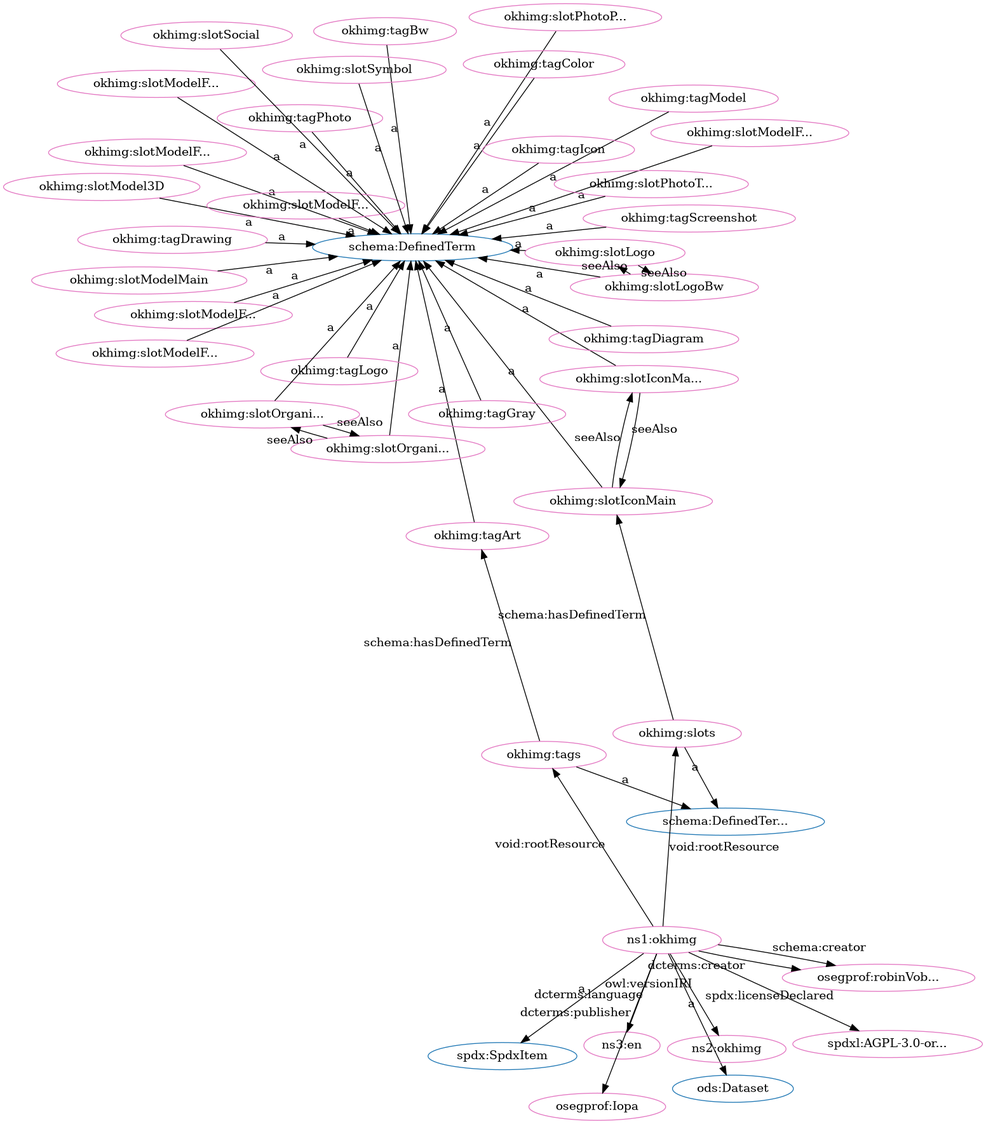
Above: src/spec/fdp_okh-img.png in iop-alliance/OpenKnowHow (Graphviz), before the change. Its source is kept beside it as src/spec/fdp_okh-img.dot.
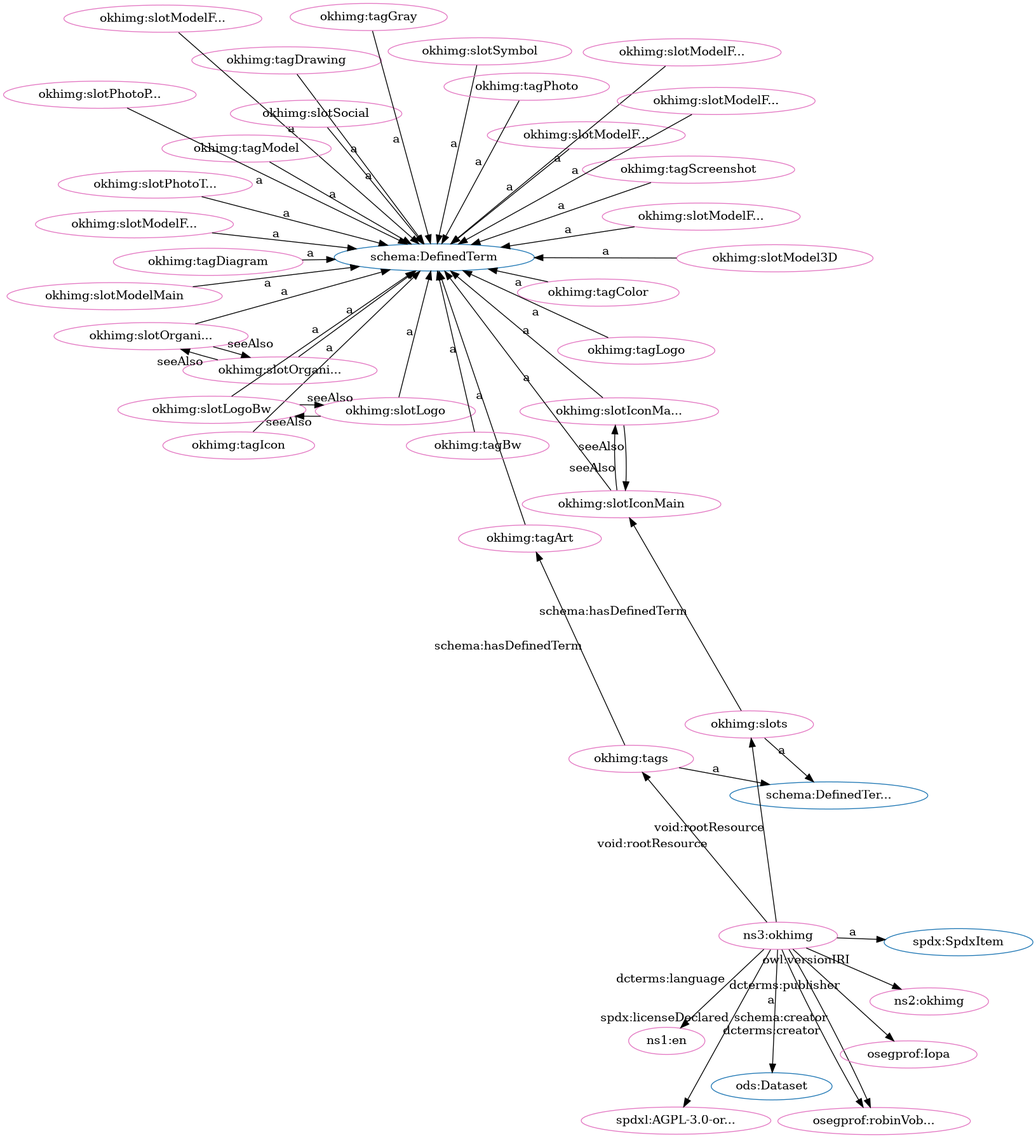
The same diagram one commit later.

Change to the diagram source:
```diff
@@ -1,94 +1,94 @@
 digraph G {
   rankdir=BT
   node[height=.3]
+"http://schema.org/DefinedTermSet" [fillcolor="#1f77b4" color="#1f77b4" label="schema:DefinedTer..."]
 "http://schema.org/DefinedTerm" [fillcolor="#1f77b4" color="#1f77b4" label="schema:DefinedTerm"]
-"http://schema.org/DefinedTermSet" [fillcolor="#1f77b4" color="#1f77b4" label="schema:DefinedTer..."]
+"http://w3id.org/oseg/ont/ods#Dataset" [fillcolor="#1f77b4" color="#1f77b4" label="ods:Dataset"]
 "http://spdx.org/rdf/terms#SpdxItem" [fillcolor="#1f77b4" color="#1f77b4" label="spdx:SpdxItem"]
-"http://w3id.org/oseg/ont/ods#Dataset" [fillcolor="#1f77b4" color="#1f77b4" label="ods:Dataset"]
+"http://w3id.org/oseg/ont/okhimg#slotSymbol" [fillcolor="#e377c2" color="#e377c2" label="okhimg:slotSymbol"]
+"http://w3id.org/oseg/ont/okhimg#slotModel3D" [fillcolor="#e377c2" color="#e377c2" label="okhimg:slotModel3D"]
+"http://w3id.org/oseg/ont/okhimg#slotModelMain" [fillcolor="#e377c2" color="#e377c2" label="okhimg:slotModelMain"]
+"http://w3id.org/oseg/ont/oseg-profiles#robinVobruba" [fillcolor="#e377c2" color="#e377c2" label="osegprof:robinVob..."]
+"http://w3id.org/oseg/ont/okhimg#tagIcon" [fillcolor="#e377c2" color="#e377c2" label="okhimg:tagIcon"]
+"http://w3id.org/oseg/ont/okhimg#slotIconMainBw" [fillcolor="#e377c2" color="#e377c2" label="okhimg:slotIconMa..."]
+"http://w3id.org/oseg/ont/okhimg#slots" [fillcolor="#e377c2" color="#e377c2" label="okhimg:slots"]
+"http://w3id.org/oseg/ont/okhimg#tagDrawing" [fillcolor="#e377c2" color="#e377c2" label="okhimg:tagDrawing"]
+"http://w3id.org/oseg/ont/okhimg#slotPhotoThingMain" [fillcolor="#e377c2" color="#e377c2" label="okhimg:slotPhotoT..."]
+"http://id.loc.gov/vocabulary/iso639-1/en" [fillcolor="#e377c2" color="#e377c2" label="ns1:en"]
+"http://w3id.org/oseg/ont/okhimg#slotOrganizationLogoBw" [fillcolor="#e377c2" color="#e377c2" label="okhimg:slotOrgani..."]
+"http://w3id.org/oseg/ont/okhimg#slotLogoBw" [fillcolor="#e377c2" color="#e377c2" label="okhimg:slotLogoBw"]
+"http://spdx.org/licenses/AGPL-3.0-or-later" [fillcolor="#e377c2" color="#e377c2" label="spdxl:AGPL-3.0-or..."]
+"http://w3id.org/oseg/ont/okhimg#slotModelFromBelow" [fillcolor="#e377c2" color="#e377c2" label="okhimg:slotModelF..."]
+"http://w3id.org/oseg/ont/okhimg#tags" [fillcolor="#e377c2" color="#e377c2" label="okhimg:tags"]
+"http://w3id.org/oseg/ont/okhimg#tagArt" [fillcolor="#e377c2" color="#e377c2" label="okhimg:tagArt"]
+"http://w3id.org/oseg/ont/okhimg#slotModelFromAbove" [fillcolor="#e377c2" color="#e377c2" label="okhimg:slotModelF..."]
+"http://w3id.org/oseg/ont/okhimg#tagColor" [fillcolor="#e377c2" color="#e377c2" label="okhimg:tagColor"]
+"http://w3id.org/oseg/ont/okhimg#tagDiagram" [fillcolor="#e377c2" color="#e377c2" label="okhimg:tagDiagram"]
+"http://w3id.org/oseg/ont/okhimg#tagScreenshot" [fillcolor="#e377c2" color="#e377c2" label="okhimg:tagScreenshot"]
 "http://w3id.org/oseg/ont/okhimg#slotModelFromLeft" [fillcolor="#e377c2" color="#e377c2" label="okhimg:slotModelF..."]
-"http://w3id.org/oseg/ont/okhimg#slotModel3D" [fillcolor="#e377c2" color="#e377c2" label="okhimg:slotModel3D"]
-"http://w3id.org/oseg/ont/okhimg#slotModelFromAbove" [fillcolor="#e377c2" color="#e377c2" label="okhimg:slotModelF..."]
-"http://w3id.org/oseg/ont/okhimg#tagArt" [fillcolor="#e377c2" color="#e377c2" label="okhimg:tagArt"]
-"http://w3id.org/oseg/ont/okhimg" [fillcolor="#e377c2" color="#e377c2" label="ns1:okhimg"]
+"http://w3id.org/oseg/ont/okhimg#tagModel" [fillcolor="#e377c2" color="#e377c2" label="okhimg:tagModel"]
 "http://w3id.org/oseg/ont/okhimg#slotOrganizationLogo" [fillcolor="#e377c2" color="#e377c2" label="okhimg:slotOrgani..."]
+"http://w3id.org/oseg/ont/okhimg#slotIconMain" [fillcolor="#e377c2" color="#e377c2" label="okhimg:slotIconMain"]
+"http://w3id.org/oseg/ont/okhimg#tagBw" [fillcolor="#e377c2" color="#e377c2" label="okhimg:tagBw"]
+"http://w3id.org/oseg/ont/okhimg#slotPhotoPackaging" [fillcolor="#e377c2" color="#e377c2" label="okhimg:slotPhotoP..."]
 "http://w3id.org/oseg/ont/0.1.0/okhimg" [fillcolor="#e377c2" color="#e377c2" label="ns2:okhimg"]
-"http://id.loc.gov/vocabulary/iso639-1/en" [fillcolor="#e377c2" color="#e377c2" label="ns3:en"]
-"http://w3id.org/oseg/ont/okhimg#slotLogoBw" [fillcolor="#e377c2" color="#e377c2" label="okhimg:slotLogoBw"]
+"http://w3id.org/oseg/ont/okhimg" [fillcolor="#e377c2" color="#e377c2" label="ns3:okhimg"]
+"http://w3id.org/oseg/ont/okhimg#tagLogo" [fillcolor="#e377c2" color="#e377c2" label="okhimg:tagLogo"]
+"http://w3id.org/oseg/ont/okhimg#slotModelFromRight" [fillcolor="#e377c2" color="#e377c2" label="okhimg:slotModelF..."]
+"http://w3id.org/oseg/ont/okhimg#slotModelFromBack" [fillcolor="#e377c2" color="#e377c2" label="okhimg:slotModelF..."]
+"http://w3id.org/oseg/ont/okhimg#tagPhoto" [fillcolor="#e377c2" color="#e377c2" label="okhimg:tagPhoto"]
+"http://w3id.org/oseg/ont/okhimg#slotSocial" [fillcolor="#e377c2" color="#e377c2" label="okhimg:slotSocial"]
+"http://w3id.org/oseg/ont/okhimg#tagGray" [fillcolor="#e377c2" color="#e377c2" label="okhimg:tagGray"]
 "http://w3id.org/oseg/ont/okhimg#slotModelFromFront" [fillcolor="#e377c2" color="#e377c2" label="okhimg:slotModelF..."]
-"http://w3id.org/oseg/ont/okhimg#tagDrawing" [fillcolor="#e377c2" color="#e377c2" label="okhimg:tagDrawing"]
-"http://spdx.org/licenses/AGPL-3.0-or-later" [fillcolor="#e377c2" color="#e377c2" label="spdxl:AGPL-3.0-or..."]
-"http://w3id.org/oseg/ont/okhimg#slots" [fillcolor="#e377c2" color="#e377c2" label="okhimg:slots"]
-"http://w3id.org/oseg/ont/okhimg#slotIconMain" [fillcolor="#e377c2" color="#e377c2" label="okhimg:slotIconMain"]
-"http://w3id.org/oseg/ont/okhimg#slotIconMainBw" [fillcolor="#e377c2" color="#e377c2" label="okhimg:slotIconMa..."]
-"http://w3id.org/oseg/ont/okhimg#slotPhotoThingMain" [fillcolor="#e377c2" color="#e377c2" label="okhimg:slotPhotoT..."]
-"http://w3id.org/oseg/ont/okhimg#tagModel" [fillcolor="#e377c2" color="#e377c2" label="okhimg:tagModel"]
-"http://w3id.org/oseg/ont/okhimg#tagPhoto" [fillcolor="#e377c2" color="#e377c2" label="okhimg:tagPhoto"]
-"http://w3id.org/oseg/ont/okhimg#slotModelFromRight" [fillcolor="#e377c2" color="#e377c2" label="okhimg:slotModelF..."]
 "http://w3id.org/oseg/ont/oseg-profiles#Iopa" [fillcolor="#e377c2" color="#e377c2" label="osegprof:Iopa"]
-"http://w3id.org/oseg/ont/okhimg#slotModelFromBelow" [fillcolor="#e377c2" color="#e377c2" label="okhimg:slotModelF..."]
-"http://w3id.org/oseg/ont/okhimg#slotModelMain" [fillcolor="#e377c2" color="#e377c2" label="okhimg:slotModelMain"]
-"http://w3id.org/oseg/ont/okhimg#slotPhotoPackaging" [fillcolor="#e377c2" color="#e377c2" label="okhimg:slotPhotoP..."]
-"http://w3id.org/oseg/ont/okhimg#tags" [fillcolor="#e377c2" color="#e377c2" label="okhimg:tags"]
-"http://w3id.org/oseg/ont/okhimg#tagLogo" [fillcolor="#e377c2" color="#e377c2" label="okhimg:tagLogo"]
-"http://w3id.org/oseg/ont/okhimg#tagScreenshot" [fillcolor="#e377c2" color="#e377c2" label="okhimg:tagScreenshot"]
-"http://w3id.org/oseg/ont/oseg-profiles#robinVobruba" [fillcolor="#e377c2" color="#e377c2" label="osegprof:robinVob..."]
-"http://w3id.org/oseg/ont/okhimg#slotModelFromBack" [fillcolor="#e377c2" color="#e377c2" label="okhimg:slotModelF..."]
-"http://w3id.org/oseg/ont/okhimg#tagBw" [fillcolor="#e377c2" color="#e377c2" label="okhimg:tagBw"]
-"http://w3id.org/oseg/ont/okhimg#tagColor" [fillcolor="#e377c2" color="#e377c2" label="okhimg:tagColor"]
 "http://w3id.org/oseg/ont/okhimg#slotLogo" [fillcolor="#e377c2" color="#e377c2" label="okhimg:slotLogo"]
-"http://w3id.org/oseg/ont/okhimg#slotSymbol" [fillcolor="#e377c2" color="#e377c2" label="okhimg:slotSymbol"]
-"http://w3id.org/oseg/ont/okhimg#tagDiagram" [fillcolor="#e377c2" color="#e377c2" label="okhimg:tagDiagram"]
-"http://w3id.org/oseg/ont/okhimg#slotSocial" [fillcolor="#e377c2" color="#e377c2" label="okhimg:slotSocial"]
-"http://w3id.org/oseg/ont/okhimg#slotOrganizationLogoBw" [fillcolor="#e377c2" color="#e377c2" label="okhimg:slotOrgani..."]
-"http://w3id.org/oseg/ont/okhimg#tagGray" [fillcolor="#e377c2" color="#e377c2" label="okhimg:tagGray"]
-"http://w3id.org/oseg/ont/okhimg#tagIcon" [fillcolor="#e377c2" color="#e377c2" label="okhimg:tagIcon"]
+  "http://w3id.org/oseg/ont/okhimg#slotSymbol" -> "http://schema.org/DefinedTerm" [label="a"]
+  "http://w3id.org/oseg/ont/okhimg#slotModel3D" -> "http://schema.org/DefinedTerm" [label="a"]
+  "http://w3id.org/oseg/ont/okhimg#slotModelMain" -> "http://schema.org/DefinedTerm" [label="a"]
+  "http://w3id.org/oseg/ont/okhimg" -> "http://w3id.org/oseg/ont/oseg-profiles#robinVobruba" [label="schema:creator"]
+  "http://w3id.org/oseg/ont/okhimg#tagIcon" -> "http://schema.org/DefinedTerm" [label="a"]
+  "http://w3id.org/oseg/ont/okhimg#slotIconMain" -> "http://w3id.org/oseg/ont/okhimg#slotIconMainBw" [label="seeAlso"]
+  "http://w3id.org/oseg/ont/okhimg#slots" -> "http://schema.org/DefinedTermSet" [label="a"]
+  "http://w3id.org/oseg/ont/okhimg#tagDrawing" -> "http://schema.org/DefinedTerm" [label="a"]
+  "http://w3id.org/oseg/ont/okhimg#slotPhotoThingMain" -> "http://schema.org/DefinedTerm" [label="a"]
+  "http://w3id.org/oseg/ont/okhimg" -> "http://id.loc.gov/vocabulary/iso639-1/en" [label="dcterms:language"]
+  "http://w3id.org/oseg/ont/okhimg#slotOrganizationLogoBw" -> "http://schema.org/DefinedTerm" [label="a"]
+  "http://w3id.org/oseg/ont/okhimg#slotLogo" -> "http://w3id.org/oseg/ont/okhimg#slotLogoBw" [label="seeAlso"]
+  "http://w3id.org/oseg/ont/okhimg" -> "http://spdx.org/licenses/AGPL-3.0-or-later" [label="spdx:licenseDeclared"]
+  "http://w3id.org/oseg/ont/okhimg#slotModelFromBelow" -> "http://schema.org/DefinedTerm" [label="a"]
+  "http://w3id.org/oseg/ont/okhimg#slotLogoBw" -> "http://schema.org/DefinedTerm" [label="a"]
+  "http://w3id.org/oseg/ont/okhimg#slotOrganizationLogo" -> "http://w3id.org/oseg/ont/okhimg#slotOrganizationLogoBw" [label="seeAlso"]
+  "http://w3id.org/oseg/ont/okhimg" -> "http://w3id.org/oseg/ont/okhimg#tags" [label="void:rootResource"]
+  "http://w3id.org/oseg/ont/okhimg#slotIconMainBw" -> "http://schema.org/DefinedTerm" [label="a"]
+  "http://w3id.org/oseg/ont/okhimg#tags" -> "http://w3id.org/oseg/ont/okhimg#tagArt" [label="schema:hasDefinedTerm"]
+  "http://w3id.org/oseg/ont/okhimg#slotModelFromAbove" -> "http://schema.org/DefinedTerm" [label="a"]
+  "http://w3id.org/oseg/ont/okhimg#tagColor" -> "http://schema.org/DefinedTerm" [label="a"]
+  "http://w3id.org/oseg/ont/okhimg" -> "http://w3id.org/oseg/ont/okhimg#slots" [label="void:rootResource"]
+  "http://w3id.org/oseg/ont/okhimg#tagDiagram" -> "http://schema.org/DefinedTerm" [label="a"]
+  "http://w3id.org/oseg/ont/okhimg#tagScreenshot" -> "http://schema.org/DefinedTerm" [label="a"]
   "http://w3id.org/oseg/ont/okhimg#slotModelFromLeft" -> "http://schema.org/DefinedTerm" [label="a"]
-  "http://w3id.org/oseg/ont/okhimg#slotModel3D" -> "http://schema.org/DefinedTerm" [label="a"]
-  "http://w3id.org/oseg/ont/okhimg#slotModelFromAbove" -> "http://schema.org/DefinedTerm" [label="a"]
+  "http://w3id.org/oseg/ont/okhimg#tagModel" -> "http://schema.org/DefinedTerm" [label="a"]
+  "http://w3id.org/oseg/ont/okhimg#slotOrganizationLogoBw" -> "http://w3id.org/oseg/ont/okhimg#slotOrganizationLogo" [label="seeAlso"]
+  "http://w3id.org/oseg/ont/okhimg#slots" -> "http://w3id.org/oseg/ont/okhimg#slotIconMain" [label="schema:hasDefinedTerm"]
+  "http://w3id.org/oseg/ont/okhimg#tagBw" -> "http://schema.org/DefinedTerm" [label="a"]
+  "http://w3id.org/oseg/ont/okhimg#slotPhotoPackaging" -> "http://schema.org/DefinedTerm" [label="a"]
+  "http://w3id.org/oseg/ont/okhimg#slotIconMain" -> "http://schema.org/DefinedTerm" [label="a"]
+  "http://w3id.org/oseg/ont/okhimg" -> "http://w3id.org/oseg/ont/0.1.0/okhimg" [label="owl:versionIRI"]
+  "http://w3id.org/oseg/ont/okhimg" -> "http://w3id.org/oseg/ont/ods#Dataset" [label="a"]
+  "http://w3id.org/oseg/ont/okhimg#tagLogo" -> "http://schema.org/DefinedTerm" [label="a"]
+  "http://w3id.org/oseg/ont/okhimg#slotModelFromRight" -> "http://schema.org/DefinedTerm" [label="a"]
+  "http://w3id.org/oseg/ont/okhimg" -> "http://w3id.org/oseg/ont/oseg-profiles#robinVobruba" [label="dcterms:creator"]
+  "http://w3id.org/oseg/ont/okhimg#slotIconMainBw" -> "http://w3id.org/oseg/ont/okhimg#slotIconMain" [label="seeAlso"]
+  "http://w3id.org/oseg/ont/okhimg#slotModelFromBack" -> "http://schema.org/DefinedTerm" [label="a"]
   "http://w3id.org/oseg/ont/okhimg#tagArt" -> "http://schema.org/DefinedTerm" [label="a"]
+  "http://w3id.org/oseg/ont/okhimg#tagPhoto" -> "http://schema.org/DefinedTerm" [label="a"]
+  "http://w3id.org/oseg/ont/okhimg#slotSocial" -> "http://schema.org/DefinedTerm" [label="a"]
+  "http://w3id.org/oseg/ont/okhimg#tagGray" -> "http://schema.org/DefinedTerm" [label="a"]
   "http://w3id.org/oseg/ont/okhimg" -> "http://spdx.org/rdf/terms#SpdxItem" [label="a"]
-  "http://w3id.org/oseg/ont/okhimg#slotOrganizationLogoBw" -> "http://w3id.org/oseg/ont/okhimg#slotOrganizationLogo" [label="seeAlso"]
-  "http://w3id.org/oseg/ont/okhimg" -> "http://w3id.org/oseg/ont/0.1.0/okhimg" [label="owl:versionIRI"]
-  "http://w3id.org/oseg/ont/okhimg" -> "http://id.loc.gov/vocabulary/iso639-1/en" [label="dcterms:language"]
-  "http://w3id.org/oseg/ont/okhimg#slotLogo" -> "http://w3id.org/oseg/ont/okhimg#slotLogoBw" [label="seeAlso"]
   "http://w3id.org/oseg/ont/okhimg#slotModelFromFront" -> "http://schema.org/DefinedTerm" [label="a"]
-  "http://w3id.org/oseg/ont/okhimg#tagDrawing" -> "http://schema.org/DefinedTerm" [label="a"]
-  "http://w3id.org/oseg/ont/okhimg" -> "http://spdx.org/licenses/AGPL-3.0-or-later" [label="spdx:licenseDeclared"]
-  "http://w3id.org/oseg/ont/okhimg" -> "http://w3id.org/oseg/ont/okhimg#slots" [label="void:rootResource"]
-  "http://w3id.org/oseg/ont/okhimg#slots" -> "http://w3id.org/oseg/ont/okhimg#slotIconMain" [label="schema:hasDefinedTerm"]
-  "http://w3id.org/oseg/ont/okhimg#slotIconMainBw" -> "http://schema.org/DefinedTerm" [label="a"]
-  "http://w3id.org/oseg/ont/okhimg#slotPhotoThingMain" -> "http://schema.org/DefinedTerm" [label="a"]
-  "http://w3id.org/oseg/ont/okhimg#tagModel" -> "http://schema.org/DefinedTerm" [label="a"]
-  "http://w3id.org/oseg/ont/okhimg#tags" -> "http://w3id.org/oseg/ont/okhimg#tagArt" [label="schema:hasDefinedTerm"]
-  "http://w3id.org/oseg/ont/okhimg#tagPhoto" -> "http://schema.org/DefinedTerm" [label="a"]
-  "http://w3id.org/oseg/ont/okhimg#slotModelFromRight" -> "http://schema.org/DefinedTerm" [label="a"]
+  "http://w3id.org/oseg/ont/okhimg#tags" -> "http://schema.org/DefinedTermSet" [label="a"]
   "http://w3id.org/oseg/ont/okhimg" -> "http://w3id.org/oseg/ont/oseg-profiles#Iopa" [label="dcterms:publisher"]
-  "http://w3id.org/oseg/ont/okhimg#slotModelFromBelow" -> "http://schema.org/DefinedTerm" [label="a"]
+  "http://w3id.org/oseg/ont/okhimg#slotLogo" -> "http://schema.org/DefinedTerm" [label="a"]
+  "http://w3id.org/oseg/ont/okhimg#slotLogoBw" -> "http://w3id.org/oseg/ont/okhimg#slotLogo" [label="seeAlso"]
   "http://w3id.org/oseg/ont/okhimg#slotOrganizationLogo" -> "http://schema.org/DefinedTerm" [label="a"]
-  "http://w3id.org/oseg/ont/okhimg#slotModelMain" -> "http://schema.org/DefinedTerm" [label="a"]
-  "http://w3id.org/oseg/ont/okhimg#slotPhotoPackaging" -> "http://schema.org/DefinedTerm" [label="a"]
-  "http://w3id.org/oseg/ont/okhimg#slotIconMainBw" -> "http://w3id.org/oseg/ont/okhimg#slotIconMain" [label="seeAlso"]
-  "http://w3id.org/oseg/ont/okhimg#tags" -> "http://schema.org/DefinedTermSet" [label="a"]
-  "http://w3id.org/oseg/ont/okhimg#tagLogo" -> "http://schema.org/DefinedTerm" [label="a"]
-  "http://w3id.org/oseg/ont/okhimg#tagScreenshot" -> "http://schema.org/DefinedTerm" [label="a"]
-  "http://w3id.org/oseg/ont/okhimg" -> "http://w3id.org/oseg/ont/oseg-profiles#robinVobruba" [label="schema:creator"]
-  "http://w3id.org/oseg/ont/okhimg" -> "http://w3id.org/oseg/ont/okhimg#tags" [label="void:rootResource"]
-  "http://w3id.org/oseg/ont/okhimg#slotModelFromBack" -> "http://schema.org/DefinedTerm" [label="a"]
-  "http://w3id.org/oseg/ont/okhimg" -> "http://w3id.org/oseg/ont/oseg-profiles#robinVobruba" [label="dcterms:creator"]
-  "http://w3id.org/oseg/ont/okhimg#tagBw" -> "http://schema.org/DefinedTerm" [label="a"]
-  "http://w3id.org/oseg/ont/okhimg#tagColor" -> "http://schema.org/DefinedTerm" [label="a"]
-  "http://w3id.org/oseg/ont/okhimg#slotLogoBw" -> "http://w3id.org/oseg/ont/okhimg#slotLogo" [label="seeAlso"]
-  "http://w3id.org/oseg/ont/okhimg#slotSymbol" -> "http://schema.org/DefinedTerm" [label="a"]
-  "http://w3id.org/oseg/ont/okhimg" -> "http://w3id.org/oseg/ont/ods#Dataset" [label="a"]
-  "http://w3id.org/oseg/ont/okhimg#slotLogoBw" -> "http://schema.org/DefinedTerm" [label="a"]
-  "http://w3id.org/oseg/ont/okhimg#tagDiagram" -> "http://schema.org/DefinedTerm" [label="a"]
-  "http://w3id.org/oseg/ont/okhimg#slotIconMain" -> "http://w3id.org/oseg/ont/okhimg#slotIconMainBw" [label="seeAlso"]
-  "http://w3id.org/oseg/ont/okhimg#slotLogo" -> "http://schema.org/DefinedTerm" [label="a"]
-  "http://w3id.org/oseg/ont/okhimg#slotIconMain" -> "http://schema.org/DefinedTerm" [label="a"]
-  "http://w3id.org/oseg/ont/okhimg#slotSocial" -> "http://schema.org/DefinedTerm" [label="a"]
-  "http://w3id.org/oseg/ont/okhimg#slots" -> "http://schema.org/DefinedTermSet" [label="a"]
-  "http://w3id.org/oseg/ont/okhimg#slotOrganizationLogo" -> "http://w3id.org/oseg/ont/okhimg#slotOrganizationLogoBw" [label="seeAlso"]
-  "http://w3id.org/oseg/ont/okhimg#slotOrganizationLogoBw" -> "http://schema.org/DefinedTerm" [label="a"]
-  "http://w3id.org/oseg/ont/okhimg#tagGray" -> "http://schema.org/DefinedTerm" [label="a"]
-  "http://w3id.org/oseg/ont/okhimg#tagIcon" -> "http://schema.org/DefinedTerm" [label="a"]
 }
```
